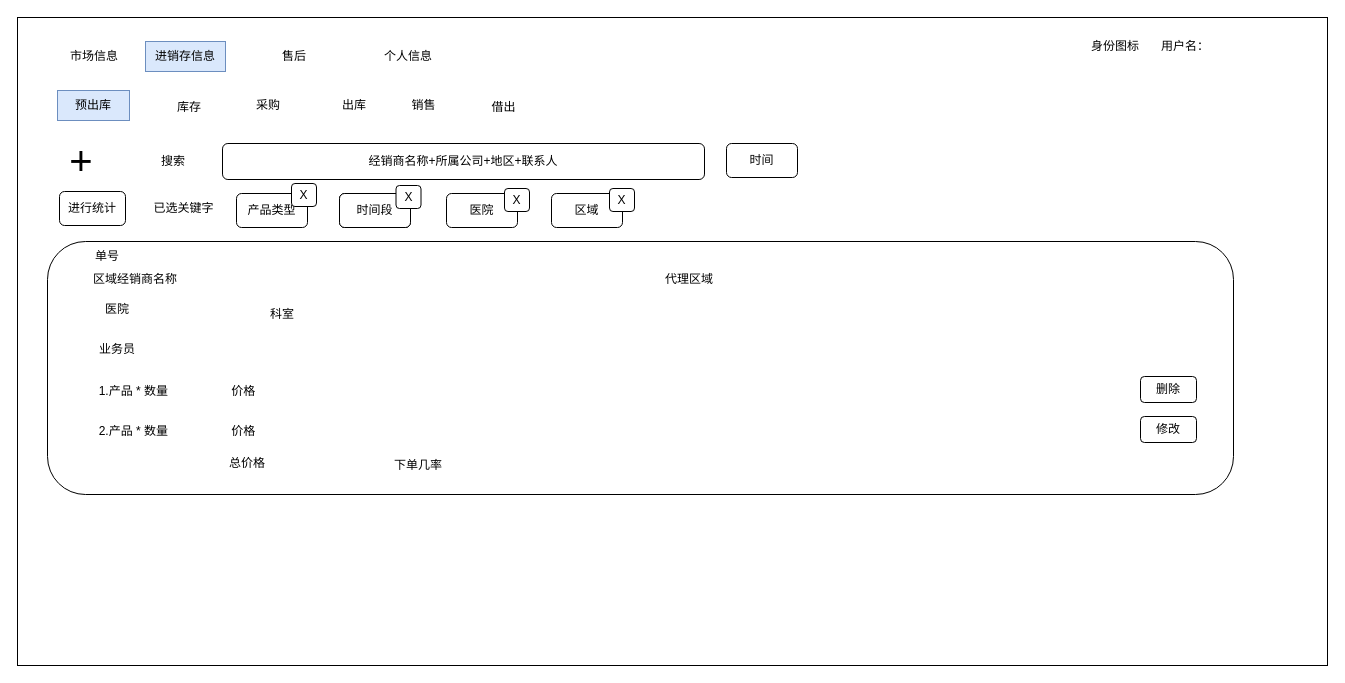
Before: page "预出库" (1 of 7) of 泰加进销存.drawio in cangwang/news, a draw.io diagram. Source tidied: cells renumbered, new cells numbered last; positions are measured from the earlier drawing's top-left corner, leaving out a move shared by most shapes. Both pictures are drawn from the tidied source at 100%, with x=0, y=0 at pixel (17, 17).
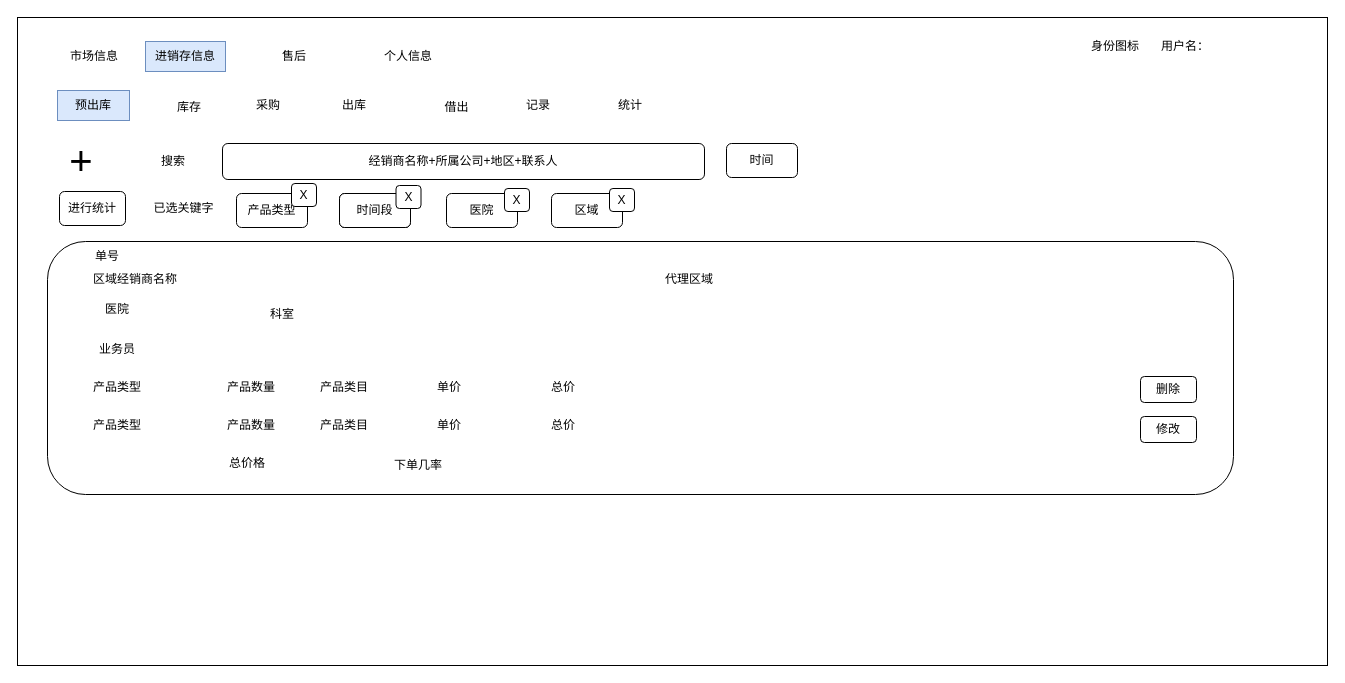
After the change.

Diff of the diagram source:
```diff
@@
-    <mxCell id="7" value="销售" style="text;html=1;strokeColor=none;fillColor=none;align=center;verticalAlign=middle;whiteSpace=wrap;rounded=0;" parent="1" vertex="1">
-      <mxGeometry x="373" y="73" width="67" height="30" as="geometry" />
-    </mxCell>
@@
     <mxCell id="14" value="借出" style="text;html=1;strokeColor=none;fillColor=none;align=center;verticalAlign=middle;whiteSpace=wrap;rounded=0;" parent="1" vertex="1">
-      <mxGeometry x="453" y="75" width="67" height="30" as="geometry" />
+      <mxGeometry x="406" y="75" width="67" height="30" as="geometry" />
     </mxCell>
@@
-    <mxCell id="25" value="1.产品 * 数量&amp;nbsp; &amp;nbsp; &amp;nbsp; &amp;nbsp; &amp;nbsp; &amp;nbsp; &amp;nbsp; &amp;nbsp; &amp;nbsp; &amp;nbsp;价格" style="text;html=1;strokeColor=none;fillColor=none;align=center;verticalAlign=middle;whiteSpace=wrap;rounded=0;fontSize=12;" parent="1" vertex="1">
-      <mxGeometry x="48" y="359" width="224" height="30" as="geometry" />
-    </mxCell>
-    <mxCell id="26" value="2.产品 * 数量&amp;nbsp; &amp;nbsp; &amp;nbsp; &amp;nbsp; &amp;nbsp; &amp;nbsp; &amp;nbsp; &amp;nbsp; &amp;nbsp; &amp;nbsp;价格" style="text;html=1;strokeColor=none;fillColor=none;align=center;verticalAlign=middle;whiteSpace=wrap;rounded=0;fontSize=12;" parent="1" vertex="1">
-      <mxGeometry x="48" y="399" width="224" height="30" as="geometry" />
-    </mxCell>
@@
+    <mxCell id="43" value="产品类型" style="text;html=1;strokeColor=none;fillColor=none;align=center;verticalAlign=middle;whiteSpace=wrap;rounded=0;fontSize=12;" parent="1" vertex="1">
+      <mxGeometry x="70" y="355" width="60" height="30" as="geometry" />
+    </mxCell>
+    <mxCell id="44" value="产品数量" style="text;html=1;strokeColor=none;fillColor=none;align=center;verticalAlign=middle;whiteSpace=wrap;rounded=0;fontSize=12;" parent="1" vertex="1">
+      <mxGeometry x="204" y="355" width="60" height="30" as="geometry" />
+    </mxCell>
+    <mxCell id="45" value="单价" style="text;html=1;strokeColor=none;fillColor=none;align=center;verticalAlign=middle;whiteSpace=wrap;rounded=0;fontSize=12;" parent="1" vertex="1">
+      <mxGeometry x="402" y="355" width="60" height="30" as="geometry" />
+    </mxCell>
+    <mxCell id="46" value="总价" style="text;html=1;strokeColor=none;fillColor=none;align=center;verticalAlign=middle;whiteSpace=wrap;rounded=0;fontSize=12;" parent="1" vertex="1">
+      <mxGeometry x="516" y="355" width="60" height="30" as="geometry" />
+    </mxCell>
+    <mxCell id="47" value="产品类目" style="text;html=1;strokeColor=none;fillColor=none;align=center;verticalAlign=middle;whiteSpace=wrap;rounded=0;fontSize=12;" parent="1" vertex="1">
+      <mxGeometry x="281" y="355" width="92" height="30" as="geometry" />
+    </mxCell>
+    <mxCell id="48" value="产品类型" style="text;html=1;strokeColor=none;fillColor=none;align=center;verticalAlign=middle;whiteSpace=wrap;rounded=0;fontSize=12;" parent="1" vertex="1">
+      <mxGeometry x="70" y="393" width="60" height="30" as="geometry" />
+    </mxCell>
+    <mxCell id="49" value="产品数量" style="text;html=1;strokeColor=none;fillColor=none;align=center;verticalAlign=middle;whiteSpace=wrap;rounded=0;fontSize=12;" parent="1" vertex="1">
+      <mxGeometry x="204" y="393" width="60" height="30" as="geometry" />
+    </mxCell>
+    <mxCell id="50" value="单价" style="text;html=1;strokeColor=none;fillColor=none;align=center;verticalAlign=middle;whiteSpace=wrap;rounded=0;fontSize=12;" parent="1" vertex="1">
+      <mxGeometry x="402" y="393" width="60" height="30" as="geometry" />
+    </mxCell>
+    <mxCell id="51" value="总价" style="text;html=1;strokeColor=none;fillColor=none;align=center;verticalAlign=middle;whiteSpace=wrap;rounded=0;fontSize=12;" parent="1" vertex="1">
+      <mxGeometry x="516" y="393" width="60" height="30" as="geometry" />
+    </mxCell>
+    <mxCell id="52" value="产品类目" style="text;html=1;strokeColor=none;fillColor=none;align=center;verticalAlign=middle;whiteSpace=wrap;rounded=0;fontSize=12;" parent="1" vertex="1">
+      <mxGeometry x="281" y="393" width="92" height="30" as="geometry" />
+    </mxCell>
+    <mxCell id="53" value="记录" style="text;html=1;align=center;verticalAlign=middle;whiteSpace=wrap;rounded=0;" parent="1" vertex="1">
+      <mxGeometry x="481" y="73" width="80" height="30" as="geometry" />
+    </mxCell>
+    <mxCell id="54" value="统计" style="text;html=1;align=center;verticalAlign=middle;whiteSpace=wrap;rounded=0;" parent="1" vertex="1">
+      <mxGeometry x="573" y="73" width="80" height="30" as="geometry" />
+    </mxCell>
```
